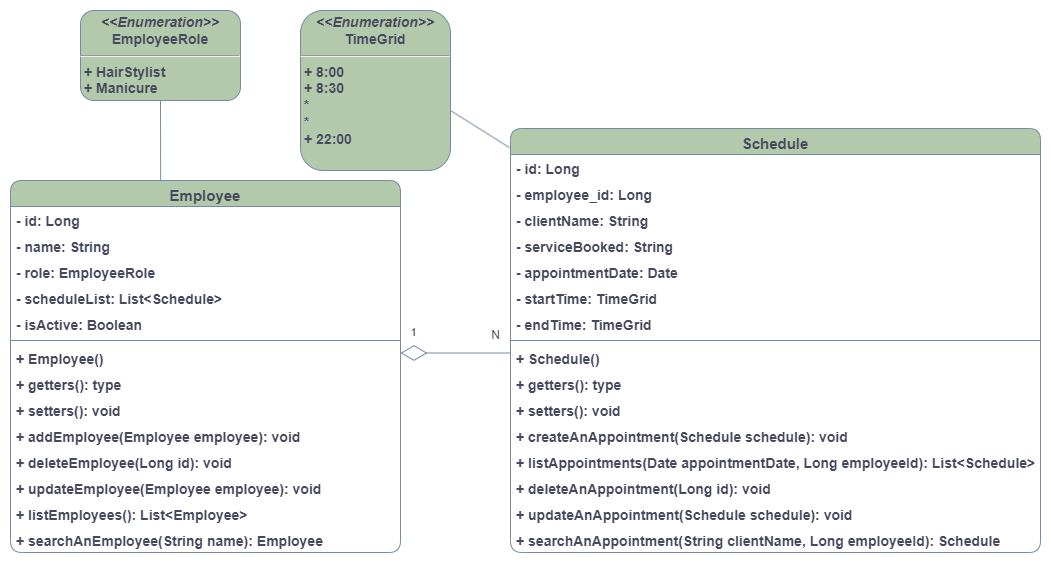
Earlier version of the draw.io export Documentation/Class_Diagram.png (NeoJhonn/ScheduEase). Source tidied: cells renumbered, new cells last; positions are measured from the earlier drawing's top-left corner, leaving out a move shared by most shapes.
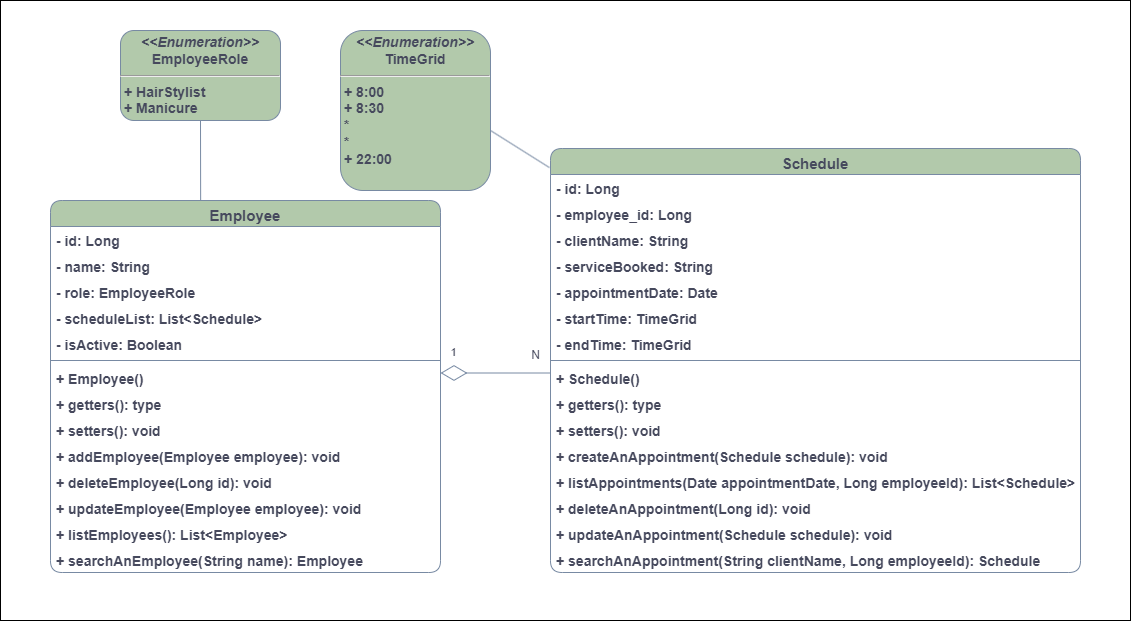
Above is the later version.

Commit message:
Update Class Diagram

Change to the diagram source:
```diff
@@ -2,6 +2,9 @@
   <root>
     <mxCell id="0" />
     <mxCell id="1" parent="0" />
+    <mxCell id="41" style="rounded=0;whiteSpace=wrap;html=1;" parent="1" vertex="1">
+      <mxGeometry x="-50" y="-30" width="1130" height="620" as="geometry" />
+    </mxCell>
     <mxCell id="2" value="Employee" style="swimlane;fontStyle=1;align=center;verticalAlign=top;horizontal=1;startSize=26;whiteSpace=wrap;html=1;fillColor=#B2C9AB;strokeColor=#788AA3;labelBackgroundColor=none;fontColor=#46495D;rounded=1;fontSize=15;" parent="1" vertex="1">
       <mxGeometry y="170" width="390" height="372" as="geometry" />
     </mxCell>
```
